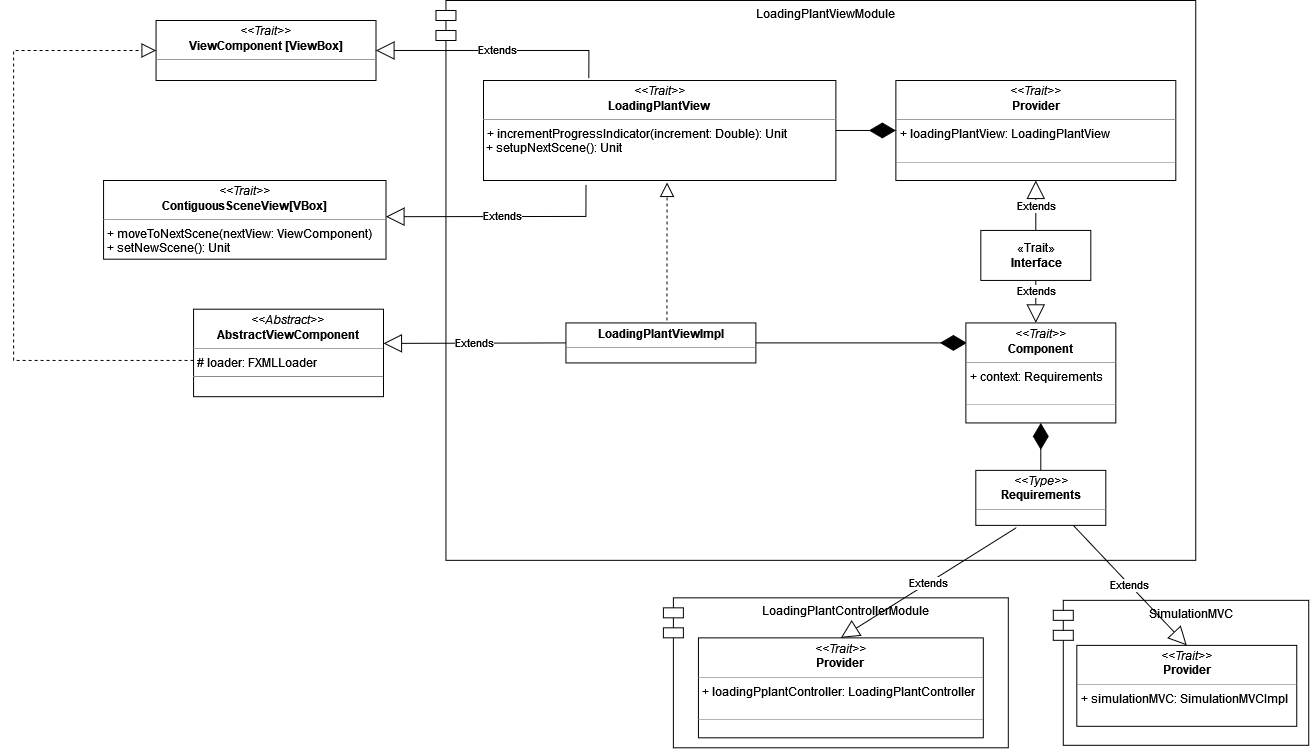
The draw.io diagram docs/img/loading_plant_view.png in AnnaVitali/PPS-22-smartgh, before a commit. Source tidied: cells renumbered, new cells last; positions are measured from the earlier drawing's top-left corner, leaving out a move shared by most shapes.
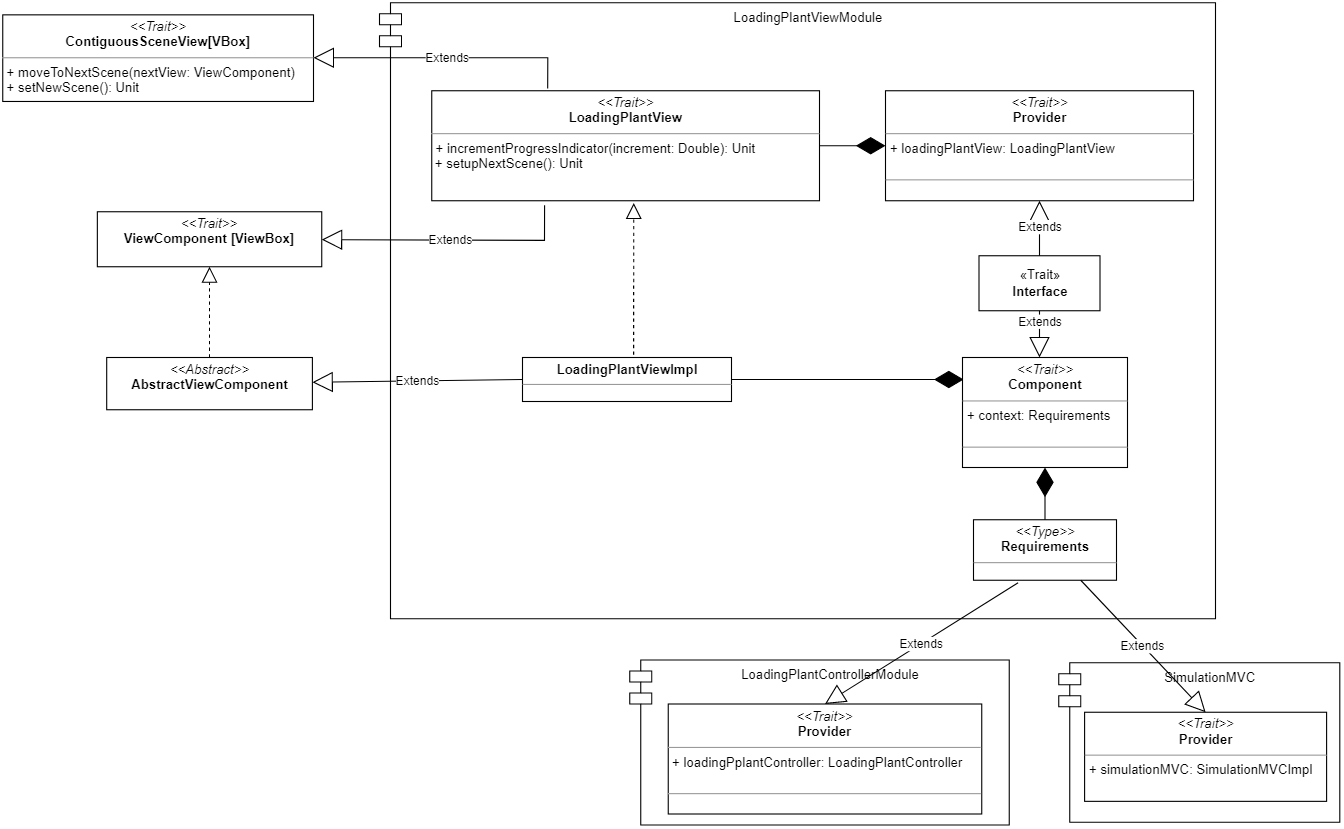
After the change.

Commit message:
docs: update view component and images

What changed in the source:
```diff
@@ -11,94 +11,87 @@
     <mxCell id="4" value="&lt;p style=&quot;margin:0px;margin-top:4px;text-align:center;&quot;&gt;&lt;i&gt;&amp;lt;&amp;lt;Trait&amp;gt;&amp;gt;&lt;/i&gt;&lt;br&gt;&lt;b&gt;LoadingPlantView&lt;/b&gt;&lt;br&gt;&lt;/p&gt;&lt;hr size=&quot;1&quot;&gt;&lt;p style=&quot;margin:0px;margin-left:4px;&quot;&gt;+ incrementProgressIndicator(increment: Double): Unit&lt;/p&gt;&lt;div&gt;&amp;nbsp;+ setupNextScene(): Unit&lt;/div&gt;&lt;div&gt;&lt;br&gt;&lt;/div&gt;" style="verticalAlign=top;align=left;overflow=fill;fontSize=12;fontFamily=Helvetica;html=1;fillColor=default;" parent="1" vertex="1">
       <mxGeometry x="470" y="80" width="352.5" height="100" as="geometry" />
     </mxCell>
-    <mxCell id="5" value="&lt;p style=&quot;margin:0px;margin-top:4px;text-align:center;&quot;&gt;&lt;i&gt;&amp;lt;&amp;lt;Trait&amp;gt;&amp;gt;&lt;/i&gt;&lt;br&gt;&lt;b&gt;ViewComponent [ViewBox]&lt;/b&gt;&lt;br&gt;&lt;/p&gt;&lt;hr size=&quot;1&quot;&gt;" style="verticalAlign=top;align=left;overflow=fill;fontSize=12;fontFamily=Helvetica;html=1;fillColor=default;" parent="1" vertex="1">
-      <mxGeometry x="142.5" y="20" width="220" height="60" as="geometry" />
+    <mxCell id="5" value="&lt;p style=&quot;margin:0px;margin-top:4px;text-align:center;&quot;&gt;&lt;i&gt;&amp;lt;&amp;lt;Trait&amp;gt;&amp;gt;&lt;/i&gt;&lt;br&gt;&lt;b&gt;Provider&lt;/b&gt;&lt;br&gt;&lt;/p&gt;&lt;hr size=&quot;1&quot;&gt;&lt;p style=&quot;margin:0px;margin-left:4px;&quot;&gt;+ loadingPlantView: LoadingPlantView&lt;br&gt;&lt;br&gt;&lt;/p&gt;&lt;hr size=&quot;1&quot;&gt;" style="verticalAlign=top;align=left;overflow=fill;fontSize=12;fontFamily=Helvetica;html=1;fillColor=default;" parent="1" vertex="1">
+      <mxGeometry x="882.5" y="80" width="280" height="100" as="geometry" />
     </mxCell>
-    <mxCell id="6" value="&lt;p style=&quot;margin:0px;margin-top:4px;text-align:center;&quot;&gt;&lt;i&gt;&amp;lt;&amp;lt;Trait&amp;gt;&amp;gt;&lt;/i&gt;&lt;br&gt;&lt;b&gt;Provider&lt;/b&gt;&lt;br&gt;&lt;/p&gt;&lt;hr size=&quot;1&quot;&gt;&lt;p style=&quot;margin:0px;margin-left:4px;&quot;&gt;+ loadingPlantView: LoadingPlantView&lt;br&gt;&lt;br&gt;&lt;/p&gt;&lt;hr size=&quot;1&quot;&gt;" style="verticalAlign=top;align=left;overflow=fill;fontSize=12;fontFamily=Helvetica;html=1;fillColor=default;" parent="1" vertex="1">
-      <mxGeometry x="882.5" y="80" width="280" height="100" as="geometry" />
+    <mxCell id="6" value="«Trait»&lt;br&gt;&lt;b&gt;Interface&lt;/b&gt;" style="html=1;fillColor=default;" parent="1" vertex="1">
+      <mxGeometry x="967.5" y="230" width="110" height="50" as="geometry" />
     </mxCell>
-    <mxCell id="7" value="«Trait»&lt;br&gt;&lt;b&gt;Interface&lt;/b&gt;" style="html=1;fillColor=default;" parent="1" vertex="1">
-      <mxGeometry x="967.5" y="230" width="110" height="50" as="geometry" />
+    <mxCell id="7" value="Extends" style="endArrow=block;endSize=16;endFill=0;html=1;rounded=0;entryX=0.5;entryY=0;entryDx=0;entryDy=0;exitX=0.5;exitY=1;exitDx=0;exitDy=0;" parent="1" edge="1" source="6">
+      <mxGeometry x="-0.53" relative="1" as="geometry">
+        <mxPoint x="1022.5" y="322.5" as="targetPoint" />
+      </mxGeometry>
     </mxCell>
-    <mxCell id="8" value="Extends" style="endArrow=block;endSize=16;endFill=0;html=1;rounded=0;entryX=0.5;entryY=0;entryDx=0;entryDy=0;exitX=0.5;exitY=1;exitDx=0;exitDy=0;" parent="1" edge="1" source="7">
-      <mxGeometry x="-0.53" relative="1" as="geometry">
-        <mxPoint x="1022.5" y="322.5" as="targetPoint" />
-      </mxGeometry>
+    <mxCell id="8" value="&lt;div&gt;Extends&lt;br&gt;&lt;/div&gt;" style="endArrow=block;endSize=16;endFill=0;html=1;rounded=0;entryX=0.5;entryY=1;entryDx=0;entryDy=0;exitX=0.5;exitY=0;exitDx=0;exitDy=0;" parent="1" edge="1" source="6" target="5">
+      <mxGeometry relative="1" as="geometry" />
     </mxCell>
-    <mxCell id="9" value="&lt;div&gt;Extends&lt;br&gt;&lt;/div&gt;" style="endArrow=block;endSize=16;endFill=0;html=1;rounded=0;entryX=0.5;entryY=1;entryDx=0;entryDy=0;exitX=0.5;exitY=0;exitDx=0;exitDy=0;" parent="1" edge="1" source="7" target="6">
-      <mxGeometry relative="1" as="geometry" />
+    <mxCell id="9" value="&lt;p style=&quot;margin:0px;margin-top:4px;text-align:center;&quot;&gt;&lt;b&gt;LoadingPlantViewImpl&lt;/b&gt;&lt;br&gt;&lt;/p&gt;&lt;hr size=&quot;1&quot;&gt;" style="verticalAlign=top;align=left;overflow=fill;fontSize=12;fontFamily=Helvetica;html=1;" parent="1" vertex="1">
+      <mxGeometry x="552.5" y="322.5" width="190" height="40" as="geometry" />
     </mxCell>
-    <mxCell id="10" value="&lt;p style=&quot;margin:0px;margin-top:4px;text-align:center;&quot;&gt;&lt;b&gt;LoadingPlantViewImpl&lt;/b&gt;&lt;br&gt;&lt;/p&gt;&lt;hr size=&quot;1&quot;&gt;" style="verticalAlign=top;align=left;overflow=fill;fontSize=12;fontFamily=Helvetica;html=1;" parent="1" vertex="1">
-      <mxGeometry x="552.5" y="322.5" width="190" height="40" as="geometry" />
+    <mxCell id="10" style="endArrow=diamondThin;endFill=1;endSize=24;html=1;rounded=0;exitX=1;exitY=0.5;exitDx=0;exitDy=0;entryX=0;entryY=0.5;entryDx=0;entryDy=0;" parent="1" edge="1" source="4" target="5">
+      <mxGeometry relative="1" as="geometry" />
     </mxCell>
-    <mxCell id="11" style="endArrow=diamondThin;endFill=1;endSize=24;html=1;rounded=0;exitX=1;exitY=0.5;exitDx=0;exitDy=0;entryX=0;entryY=0.5;entryDx=0;entryDy=0;" parent="1" edge="1" source="4" target="6">
+    <mxCell id="11" style="endArrow=diamondThin;endFill=1;endSize=24;html=1;rounded=0;exitX=1;exitY=0.5;exitDx=0;exitDy=0;entryX=0.007;entryY=0.2;entryDx=0;entryDy=0;entryPerimeter=0;" parent="1" edge="1" source="9" target="13">
       <mxGeometry relative="1" as="geometry" />
     </mxCell>
-    <mxCell id="12" style="endArrow=diamondThin;endFill=1;endSize=24;html=1;rounded=0;exitX=1;exitY=0.5;exitDx=0;exitDy=0;entryX=0.007;entryY=0.2;entryDx=0;entryDy=0;entryPerimeter=0;" parent="1" edge="1" source="10" target="14">
-      <mxGeometry relative="1" as="geometry" />
+    <mxCell id="12" value="&lt;p style=&quot;margin:0px;margin-top:4px;text-align:center;&quot;&gt;&lt;i&gt;&amp;lt;&amp;lt;Type&amp;gt;&amp;gt;&lt;/i&gt;&lt;br&gt;&lt;b&gt;Requirements&lt;/b&gt;&lt;br&gt;&lt;/p&gt;&lt;hr size=&quot;1&quot;&gt;&lt;p style=&quot;margin:0px;margin-left:4px;&quot;&gt;&lt;br&gt;&lt;/p&gt;" style="verticalAlign=top;align=left;overflow=fill;fontSize=12;fontFamily=Helvetica;html=1;fillColor=default;" parent="1" vertex="1">
+      <mxGeometry x="962.5" y="470" width="130" height="55" as="geometry" />
     </mxCell>
-    <mxCell id="13" value="&lt;p style=&quot;margin:0px;margin-top:4px;text-align:center;&quot;&gt;&lt;i&gt;&amp;lt;&amp;lt;Type&amp;gt;&amp;gt;&lt;/i&gt;&lt;br&gt;&lt;b&gt;Requirements&lt;/b&gt;&lt;br&gt;&lt;/p&gt;&lt;hr size=&quot;1&quot;&gt;&lt;p style=&quot;margin:0px;margin-left:4px;&quot;&gt;&lt;br&gt;&lt;/p&gt;" style="verticalAlign=top;align=left;overflow=fill;fontSize=12;fontFamily=Helvetica;html=1;fillColor=default;" parent="1" vertex="1">
-      <mxGeometry x="962.5" y="470" width="130" height="55" as="geometry" />
+    <mxCell id="13" value="&lt;p style=&quot;margin:0px;margin-top:4px;text-align:center;&quot;&gt;&lt;i&gt;&amp;lt;&amp;lt;Trait&amp;gt;&amp;gt;&lt;/i&gt;&lt;br&gt;&lt;b&gt;Component&lt;/b&gt;&lt;br&gt;&lt;/p&gt;&lt;hr size=&quot;1&quot;&gt;&lt;p style=&quot;margin:0px;margin-left:4px;&quot;&gt;+ context: Requirements&lt;br&gt;&lt;br&gt;&lt;/p&gt;&lt;hr size=&quot;1&quot;&gt;" style="verticalAlign=top;align=left;overflow=fill;fontSize=12;fontFamily=Helvetica;html=1;fillColor=default;" parent="1" vertex="1">
+      <mxGeometry x="952.5" y="322.5" width="150" height="100" as="geometry" />
     </mxCell>
-    <mxCell id="14" value="&lt;p style=&quot;margin:0px;margin-top:4px;text-align:center;&quot;&gt;&lt;i&gt;&amp;lt;&amp;lt;Trait&amp;gt;&amp;gt;&lt;/i&gt;&lt;br&gt;&lt;b&gt;Component&lt;/b&gt;&lt;br&gt;&lt;/p&gt;&lt;hr size=&quot;1&quot;&gt;&lt;p style=&quot;margin:0px;margin-left:4px;&quot;&gt;+ context: Requirements&lt;br&gt;&lt;br&gt;&lt;/p&gt;&lt;hr size=&quot;1&quot;&gt;" style="verticalAlign=top;align=left;overflow=fill;fontSize=12;fontFamily=Helvetica;html=1;fillColor=default;" parent="1" vertex="1">
-      <mxGeometry x="952.5" y="322.5" width="150" height="100" as="geometry" />
+    <mxCell id="14" value="&lt;p style=&quot;margin:0px;margin-top:4px;text-align:center;&quot;&gt;&lt;i&gt;&amp;lt;&amp;lt;Trait&amp;gt;&amp;gt;&lt;/i&gt;&lt;br&gt;&lt;b&gt;Provider&lt;/b&gt;&lt;br&gt;&lt;/p&gt;&lt;hr size=&quot;1&quot;&gt;&lt;p style=&quot;margin:0px;margin-left:4px;&quot;&gt;+ loadingPplantController: LoadingPlantController&lt;br&gt;&lt;br&gt;&lt;/p&gt;&lt;hr size=&quot;1&quot;&gt;" style="verticalAlign=top;align=left;overflow=fill;fontSize=12;fontFamily=Helvetica;html=1;fillColor=default;" parent="1" vertex="1">
+      <mxGeometry x="685" y="637.5" width="285" height="100" as="geometry" />
     </mxCell>
-    <mxCell id="15" value="&lt;p style=&quot;margin:0px;margin-top:4px;text-align:center;&quot;&gt;&lt;i&gt;&amp;lt;&amp;lt;Trait&amp;gt;&amp;gt;&lt;/i&gt;&lt;br&gt;&lt;b&gt;Provider&lt;/b&gt;&lt;br&gt;&lt;/p&gt;&lt;hr size=&quot;1&quot;&gt;&lt;p style=&quot;margin:0px;margin-left:4px;&quot;&gt;+ loadingPplantController: LoadingPlantController&lt;br&gt;&lt;br&gt;&lt;/p&gt;&lt;hr size=&quot;1&quot;&gt;" style="verticalAlign=top;align=left;overflow=fill;fontSize=12;fontFamily=Helvetica;html=1;fillColor=default;" parent="1" vertex="1">
-      <mxGeometry x="685" y="637.5" width="285" height="100" as="geometry" />
+    <mxCell id="15" style="endArrow=diamondThin;endFill=1;endSize=24;html=1;rounded=0;exitX=0.5;exitY=0;exitDx=0;exitDy=0;" parent="1" edge="1" source="12" target="13">
+      <mxGeometry relative="1" as="geometry" />
     </mxCell>
-    <mxCell id="16" style="endArrow=diamondThin;endFill=1;endSize=24;html=1;rounded=0;exitX=0.5;exitY=0;exitDx=0;exitDy=0;" parent="1" edge="1" source="13" target="14">
+    <mxCell id="16" value="Extends" style="endArrow=block;endSize=16;endFill=0;html=1;rounded=0;exitX=0.312;exitY=1.042;exitDx=0;exitDy=0;entryX=0.5;entryY=0;entryDx=0;entryDy=0;exitPerimeter=0;" parent="1" edge="1" source="12" target="14">
       <mxGeometry relative="1" as="geometry" />
     </mxCell>
-    <mxCell id="17" value="Extends" style="endArrow=block;endSize=16;endFill=0;html=1;rounded=0;exitX=0.312;exitY=1.042;exitDx=0;exitDy=0;entryX=0.5;entryY=0;entryDx=0;entryDy=0;exitPerimeter=0;" parent="1" edge="1" source="13" target="15">
-      <mxGeometry relative="1" as="geometry" />
+    <mxCell id="17" value="Extends" style="endArrow=block;endSize=16;endFill=0;html=1;rounded=0;exitX=0.291;exitY=1.04;exitDx=0;exitDy=0;exitPerimeter=0;" parent="1" edge="1" source="4" target="25">
+      <mxGeometry relative="1" as="geometry">
+        <Array as="points">
+          <mxPoint x="572.5" y="216" />
+        </Array>
+      </mxGeometry>
     </mxCell>
-    <mxCell id="18" value="Extends" style="endArrow=block;endSize=16;endFill=0;html=1;rounded=0;entryX=1;entryY=0.5;entryDx=0;entryDy=0;exitX=0.291;exitY=1.04;exitDx=0;exitDy=0;exitPerimeter=0;" parent="1" edge="1" source="4">
+    <mxCell id="18" value="Extends" style="endArrow=block;endSize=16;endFill=0;html=1;rounded=0;entryX=1;entryY=0.5;entryDx=0;entryDy=0;exitX=0.299;exitY=-0.02;exitDx=0;exitDy=0;exitPerimeter=0;" parent="1" edge="1" source="4">
       <mxGeometry relative="1" as="geometry">
-        <mxPoint x="372.5" y="216.2" as="targetPoint" />
+        <mxPoint x="362.5" y="50" as="targetPoint" />
         <Array as="points">
-          <mxPoint x="572.5" y="216" />
+          <mxPoint x="575.5" y="50" />
         </Array>
       </mxGeometry>
     </mxCell>
-    <mxCell id="19" value="Extends" style="endArrow=block;endSize=16;endFill=0;html=1;rounded=0;entryX=1;entryY=0.5;entryDx=0;entryDy=0;exitX=0.299;exitY=-0.02;exitDx=0;exitDy=0;exitPerimeter=0;" parent="1" edge="1" source="4" target="5">
+    <mxCell id="19" style="endArrow=block;dashed=1;endFill=0;endSize=12;html=1;rounded=0;entryX=0.521;entryY=1.02;entryDx=0;entryDy=0;entryPerimeter=0;" parent="1" edge="1" target="4">
       <mxGeometry relative="1" as="geometry">
-        <Array as="points">
-          <mxPoint x="575.5" y="50" />
-        </Array>
+        <mxPoint x="653.5" y="320" as="sourcePoint" />
       </mxGeometry>
     </mxCell>
-    <mxCell id="20" style="endArrow=block;dashed=1;endFill=0;endSize=12;html=1;rounded=0;entryX=0.521;entryY=1.02;entryDx=0;entryDy=0;entryPerimeter=0;" parent="1" edge="1" target="4">
-      <mxGeometry relative="1" as="geometry">
-        <mxPoint x="653.5" y="320" as="sourcePoint" />
-      </mxGeometry>
+    <mxCell id="20" value="Extends" style="endArrow=block;endSize=16;endFill=0;html=1;rounded=0;exitX=0;exitY=0.5;exitDx=0;exitDy=0;" parent="1" edge="1" source="9" target="26">
+      <mxGeometry relative="1" as="geometry" />
     </mxCell>
-    <mxCell id="21" value="Extends" style="endArrow=block;endSize=16;endFill=0;html=1;rounded=0;exitX=0;exitY=0.5;exitDx=0;exitDy=0;" parent="1" edge="1" source="10">
-      <mxGeometry relative="1" as="geometry">
-        <mxPoint x="370" y="343" as="targetPoint" />
-      </mxGeometry>
+    <mxCell id="21" value="&lt;p style=&quot;margin:0px;margin-top:4px;text-align:center;&quot;&gt;&lt;i&gt;&amp;lt;&amp;lt;Trait&amp;gt;&amp;gt;&lt;/i&gt;&lt;br&gt;&lt;b&gt;ContiguousSceneView[VBox]&lt;/b&gt;&lt;br&gt;&lt;/p&gt;&lt;hr size=&quot;1&quot;&gt;&lt;p style=&quot;margin:0px;margin-left:4px;&quot;&gt;+ moveToNextScene(nextView: ViewComponent)&lt;/p&gt;&lt;p style=&quot;margin:0px;margin-left:4px;&quot;&gt;+ setNewScene(): Unit&lt;br&gt;&lt;/p&gt;&lt;div&gt;&lt;br&gt;&lt;/div&gt;" style="verticalAlign=top;align=left;overflow=fill;fontSize=12;fontFamily=Helvetica;html=1;fillColor=default;" parent="1" vertex="1">
+      <mxGeometry x="80" y="11" width="282.5" height="78.8" as="geometry" />
     </mxCell>
-    <mxCell id="22" value="&lt;p style=&quot;margin:0px;margin-top:4px;text-align:center;&quot;&gt;&lt;i&gt;&amp;lt;&amp;lt;Abstract&amp;gt;&amp;gt;&lt;/i&gt;&lt;br&gt;&lt;b&gt;AbstractViewComponent&lt;/b&gt;&lt;br&gt;&lt;/p&gt;&lt;hr size=&quot;1&quot;&gt;&lt;p style=&quot;margin:0px;margin-left:4px;&quot;&gt;# loader: FXMLLoader&lt;br&gt;&lt;/p&gt;&lt;hr size=&quot;1&quot;&gt;&lt;p style=&quot;margin:0px;margin-left:4px;&quot;&gt;&lt;br&gt;&lt;/p&gt;" style="verticalAlign=top;align=left;overflow=fill;fontSize=12;fontFamily=Helvetica;html=1;" parent="1" vertex="1">
-      <mxGeometry x="180" y="308.8" width="190" height="87.5" as="geometry" />
+    <mxCell id="22" value="SimulationMVC" style="shape=module;align=left;spacingLeft=20;align=center;verticalAlign=top;fillColor=none;" parent="1" vertex="1">
+      <mxGeometry x="1040" y="600" width="255.5" height="145" as="geometry" />
     </mxCell>
-    <mxCell id="23" value="&lt;p style=&quot;margin:0px;margin-top:4px;text-align:center;&quot;&gt;&lt;i&gt;&amp;lt;&amp;lt;Trait&amp;gt;&amp;gt;&lt;/i&gt;&lt;br&gt;&lt;b&gt;ContiguousSceneView[VBox]&lt;/b&gt;&lt;br&gt;&lt;/p&gt;&lt;hr size=&quot;1&quot;&gt;&lt;p style=&quot;margin:0px;margin-left:4px;&quot;&gt;+ moveToNextScene(nextView: ViewComponent)&lt;/p&gt;&lt;p style=&quot;margin:0px;margin-left:4px;&quot;&gt;+ setNewScene(): Unit&lt;br&gt;&lt;/p&gt;&lt;div&gt;&lt;br&gt;&lt;/div&gt;" style="verticalAlign=top;align=left;overflow=fill;fontSize=12;fontFamily=Helvetica;html=1;fillColor=default;" parent="1" vertex="1">
-      <mxGeometry x="90" y="180" width="282.5" height="78.8" as="geometry" />
+    <mxCell id="23" value="&lt;p style=&quot;margin:0px;margin-top:4px;text-align:center;&quot;&gt;&lt;i&gt;&amp;lt;&amp;lt;Trait&amp;gt;&amp;gt;&lt;/i&gt;&lt;br&gt;&lt;b&gt;Provider&lt;/b&gt;&lt;br&gt;&lt;/p&gt;&lt;hr size=&quot;1&quot;&gt;&lt;p style=&quot;margin:0px;margin-left:4px;&quot;&gt;+ simulationMVC: SimulationMVCImpl&lt;br&gt;&lt;/p&gt;" style="verticalAlign=top;align=left;overflow=fill;fontSize=12;fontFamily=Helvetica;html=1;fillColor=default;" parent="1" vertex="1">
+      <mxGeometry x="1063.5" y="645" width="220" height="81" as="geometry" />
     </mxCell>
-    <mxCell id="24" value="SimulationMVC" style="shape=module;align=left;spacingLeft=20;align=center;verticalAlign=top;fillColor=none;" parent="1" vertex="1">
-      <mxGeometry x="1040" y="600" width="255.5" height="145" as="geometry" />
+    <mxCell id="24" value="Extends" style="endArrow=block;endSize=16;endFill=0;html=1;rounded=0;entryX=0.5;entryY=0;entryDx=0;entryDy=0;exitX=0.75;exitY=1;exitDx=0;exitDy=0;" parent="1" edge="1" source="12" target="23">
+      <mxGeometry relative="1" as="geometry" />
     </mxCell>
-    <mxCell id="25" value="&lt;p style=&quot;margin:0px;margin-top:4px;text-align:center;&quot;&gt;&lt;i&gt;&amp;lt;&amp;lt;Trait&amp;gt;&amp;gt;&lt;/i&gt;&lt;br&gt;&lt;b&gt;Provider&lt;/b&gt;&lt;br&gt;&lt;/p&gt;&lt;hr size=&quot;1&quot;&gt;&lt;p style=&quot;margin:0px;margin-left:4px;&quot;&gt;+ simulationMVC: SimulationMVCImpl&lt;br&gt;&lt;/p&gt;" style="verticalAlign=top;align=left;overflow=fill;fontSize=12;fontFamily=Helvetica;html=1;fillColor=default;" parent="1" vertex="1">
-      <mxGeometry x="1063.5" y="645" width="220" height="81" as="geometry" />
+    <mxCell id="25" value="&lt;p style=&quot;margin:0px;margin-top:4px;text-align:center;&quot;&gt;&lt;i&gt;&amp;lt;&amp;lt;Trait&amp;gt;&amp;gt;&lt;/i&gt;&lt;br&gt;&lt;b&gt;ViewComponent [ViewBox]&lt;/b&gt;&lt;/p&gt;" style="verticalAlign=top;align=left;overflow=fill;fontSize=12;fontFamily=Helvetica;html=1;fillColor=default;" parent="1" vertex="1">
+      <mxGeometry x="166" y="190" width="204" height="50" as="geometry" />
     </mxCell>
-    <mxCell id="26" value="Extends" style="endArrow=block;endSize=16;endFill=0;html=1;rounded=0;entryX=0.5;entryY=0;entryDx=0;entryDy=0;exitX=0.75;exitY=1;exitDx=0;exitDy=0;" parent="1" edge="1" source="13" target="25">
-      <mxGeometry relative="1" as="geometry" />
+    <mxCell id="26" value="&lt;p style=&quot;margin:0px;margin-top:4px;text-align:center;&quot;&gt;&lt;i&gt;&amp;lt;&amp;lt;Abstract&amp;gt;&amp;gt;&lt;/i&gt;&lt;br&gt;&lt;b&gt;AbstractViewComponent&lt;/b&gt;&lt;br&gt;&lt;/p&gt;&lt;p style=&quot;margin:0px;margin-left:4px;&quot;&gt;&lt;br&gt;&lt;/p&gt;" style="verticalAlign=top;align=left;overflow=fill;fontSize=12;fontFamily=Helvetica;html=1;" parent="1" vertex="1">
+      <mxGeometry x="174.5" y="322.5" width="187" height="47.5" as="geometry" />
     </mxCell>
-    <mxCell id="27" style="endArrow=block;dashed=1;endFill=0;endSize=12;html=1;rounded=0;exitX=0;exitY=0.586;exitDx=0;exitDy=0;exitPerimeter=0;entryX=0;entryY=0.5;entryDx=0;entryDy=0;" parent="1" edge="1" source="22" target="5">
-      <mxGeometry relative="1" as="geometry">
-        <Array as="points">
-          <mxPoint y="360" />
-          <mxPoint y="50" />
-        </Array>
-      </mxGeometry>
+    <mxCell id="27" style="endArrow=block;dashed=1;endFill=0;endSize=12;html=1;rounded=0;" parent="1" edge="1" source="26" target="25">
+      <mxGeometry relative="1" as="geometry" />
     </mxCell>
   </root>
 </mxGraphModel>
```
